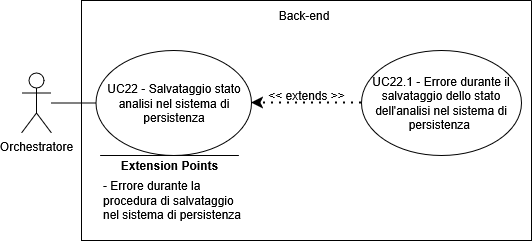
Earlier version of the draw.io export assets/diagrams/UC22.png (SkarabGroup/DocumentazioneProgetto). Source tidied: cells renumbered, new cells last; positions are measured from the earlier drawing's top-left corner, leaving out a move shared by most shapes.
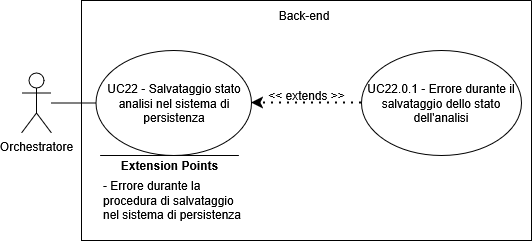
Later version of the same file.

What changed in the source:
```diff
@@ -11,7 +11,7 @@
     <mxCell id="4" value="UC22 - Salvataggio stato analisi nel sistema di persistenza" style="ellipse;whiteSpace=wrap;html=1;" parent="3" vertex="1">
       <mxGeometry x="14.5" y="50" width="155.5" height="105" as="geometry" />
     </mxCell>
-    <mxCell id="5" value="UC22.1 - Errore durante il salvataggio dello stato dell'analisi nel sistema di persistenza&amp;nbsp;" style="ellipse;whiteSpace=wrap;html=1;" parent="3" vertex="1">
+    <mxCell id="5" value="UC22.0.1 - Errore durante il salvataggio dello stato dell'analisi" style="ellipse;whiteSpace=wrap;html=1;" parent="3" vertex="1">
       <mxGeometry x="280" y="50" width="160" height="105" as="geometry" />
     </mxCell>
     <mxCell id="6" style="endArrow=classic;dashed=1;html=1;dashPattern=1 3;strokeWidth=2;rounded=0;entryX=1;entryY=0.5;entryDx=0;entryDy=0;exitX=0;exitY=0.5;exitDx=0;exitDy=0;strokeColor=default;curved=0;endFill=1;endSize=6;" parent="3" edge="1" source="5" target="4">
```
